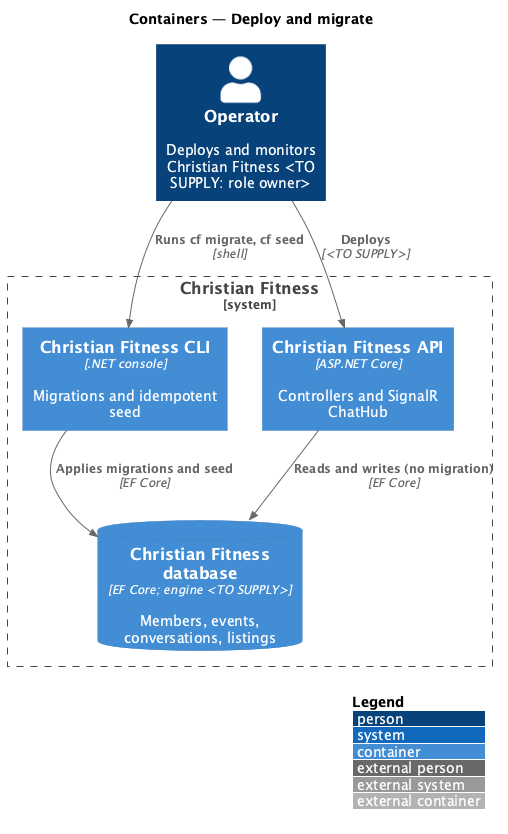
Before: docs/detailed-designs/operations/deploy-and-migrate/diagrams/c4-container.png, a diagram exported from PlantUML (QuinntyneBrown/christian-fitness). Its diagram source:
```plantuml
@startuml
!include <C4/C4_Container>
LAYOUT_WITH_LEGEND()
title Containers — Deploy and migrate

Person(operator, "Operator", "Deploys and monitors Christian Fitness <TO SUPPLY: role owner>")
System_Boundary(cf, "Christian Fitness") {
  Container(cli, "Christian Fitness CLI", ".NET console", "Migrations and idempotent seed")
  Container(api, "Christian Fitness API", "ASP.NET Core", "Controllers and SignalR ChatHub")
  ContainerDb(db, "Christian Fitness database", "EF Core; engine <TO SUPPLY>", "Members, events, conversations, listings")
}

Rel(operator, cli, "Runs cf migrate, cf seed", "shell")
Rel(cli, db, "Applies migrations and seed", "EF Core")
Rel(operator, api, "Deploys", "<TO SUPPLY>")
Rel(api, db, "Reads and writes (no migration)", "EF Core")
@enduml
```
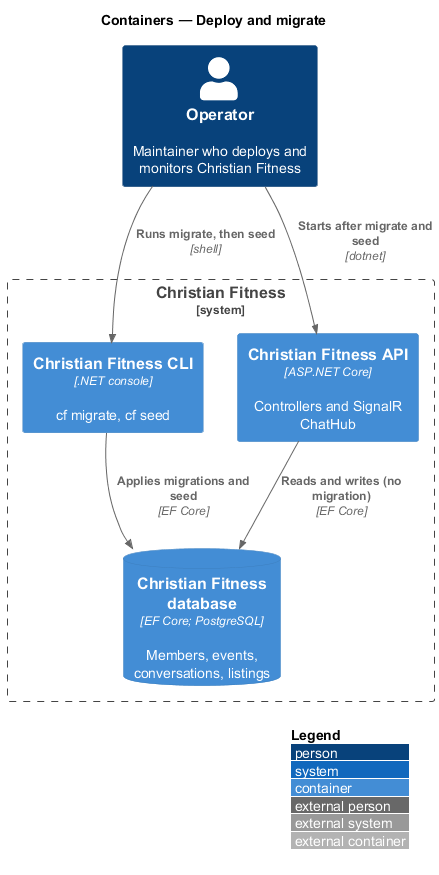
Above is the later version.

What changed in the source:
```diff
@@ -3,15 +3,15 @@
 LAYOUT_WITH_LEGEND()
 title Containers — Deploy and migrate
 
-Person(operator, "Operator", "Deploys and monitors Christian Fitness <TO SUPPLY: role owner>")
+Person(operator, "Operator", "Maintainer who deploys and monitors Christian Fitness")
 System_Boundary(cf, "Christian Fitness") {
-  Container(cli, "Christian Fitness CLI", ".NET console", "Migrations and idempotent seed")
+  Container(cli, "Christian Fitness CLI", ".NET console", "cf migrate, cf seed")
   Container(api, "Christian Fitness API", "ASP.NET Core", "Controllers and SignalR ChatHub")
-  ContainerDb(db, "Christian Fitness database", "EF Core; engine <TO SUPPLY>", "Members, events, conversations, listings")
+  ContainerDb(db, "Christian Fitness database", "EF Core; PostgreSQL", "Members, events, conversations, listings")
 }
 
-Rel(operator, cli, "Runs cf migrate, cf seed", "shell")
+Rel(operator, cli, "Runs migrate, then seed", "shell")
 Rel(cli, db, "Applies migrations and seed", "EF Core")
-Rel(operator, api, "Deploys", "<TO SUPPLY>")
+Rel(operator, api, "Starts after migrate and seed", "dotnet")
 Rel(api, db, "Reads and writes (no migration)", "EF Core")
 @enduml
```
